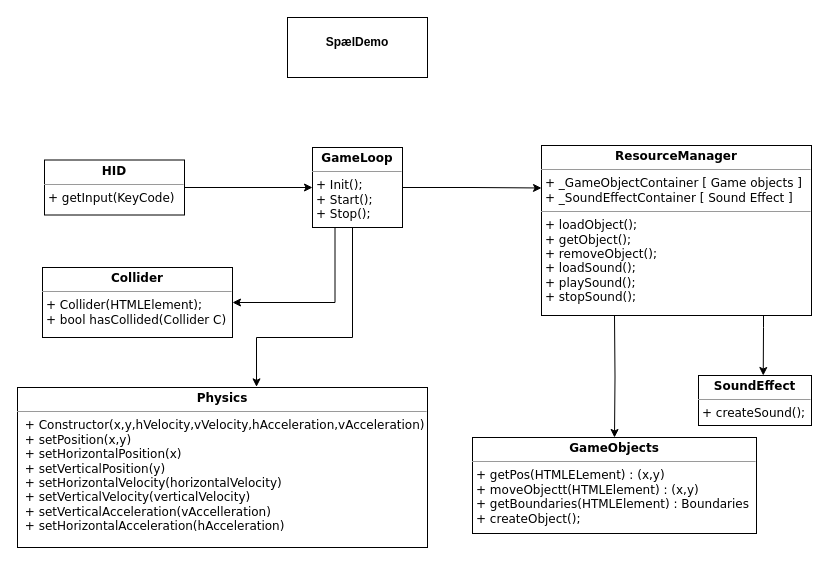
Above: flappyengine/Diagrams/Domain Diagram/Domain.drawio in jogvanrs/flappybird2.0 (draw.io), before the change. Source tidied: cells renumbered, new cells numbered last; positions are measured from the earlier drawing's top-left corner, leaving out a move shared by most shapes. Both pictures are drawn from the tidied source at 100%, with x=0, y=0 at pixel (17, 17).
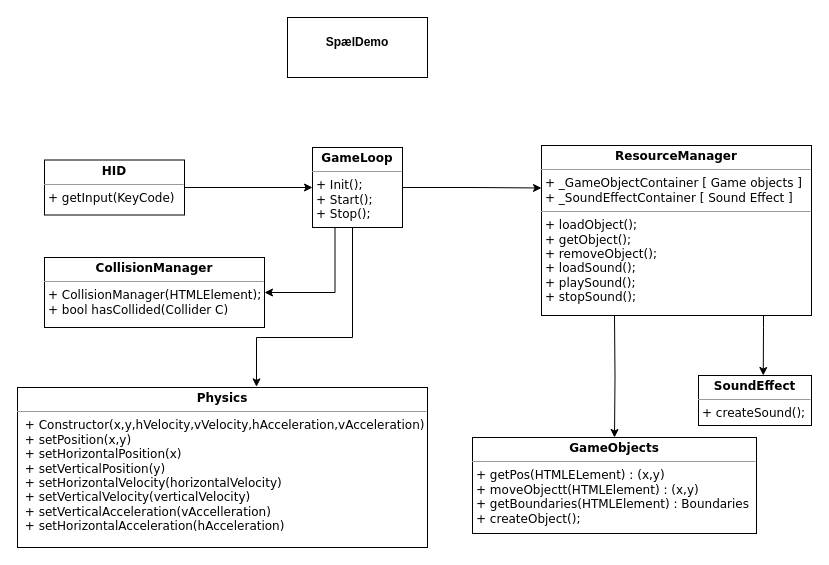
After the change.

What changed in the source:
```diff
@@
-    <mxCell id="8" value="&lt;p style=&quot;margin: 0px ; margin-top: 4px ; text-align: center&quot;&gt;&lt;b&gt;&lt;font face=&quot;Verdana&quot;&gt;Collider&lt;/font&gt;&lt;/b&gt;&lt;/p&gt;&lt;hr size=&quot;1&quot;&gt;&lt;p style=&quot;margin: 0px ; margin-left: 4px&quot;&gt;&lt;font face=&quot;Verdana&quot;&gt;+ Collider(HTMLElement);&lt;/font&gt;&lt;/p&gt;&lt;p style=&quot;margin: 0px ; margin-left: 4px&quot;&gt;&lt;font face=&quot;Verdana&quot;&gt;+ bool hasCollided(Collider C)&lt;/font&gt;&lt;/p&gt;" style="verticalAlign=top;align=left;overflow=fill;fontSize=12;fontFamily=Helvetica;html=1;" parent="1" vertex="1">
-      <mxGeometry x="25" y="250" width="190" height="70" as="geometry" />
+    <mxCell id="8" value="&lt;p style=&quot;margin: 0px ; margin-top: 4px ; text-align: center&quot;&gt;&lt;b&gt;&lt;font face=&quot;Verdana&quot;&gt;CollisionManager&lt;/font&gt;&lt;/b&gt;&lt;/p&gt;&lt;hr size=&quot;1&quot;&gt;&lt;p style=&quot;margin: 0px ; margin-left: 4px&quot;&gt;&lt;font face=&quot;Verdana&quot;&gt;+ CollisionManager(HTMLElement);&lt;/font&gt;&lt;/p&gt;&lt;p style=&quot;margin: 0px ; margin-left: 4px&quot;&gt;&lt;font face=&quot;Verdana&quot;&gt;+ bool hasCollided(Collider C)&lt;/font&gt;&lt;/p&gt;" style="verticalAlign=top;align=left;overflow=fill;fontSize=12;fontFamily=Helvetica;html=1;" parent="1" vertex="1">
+      <mxGeometry x="27" y="240" width="220" height="70" as="geometry" />
     </mxCell>
```
